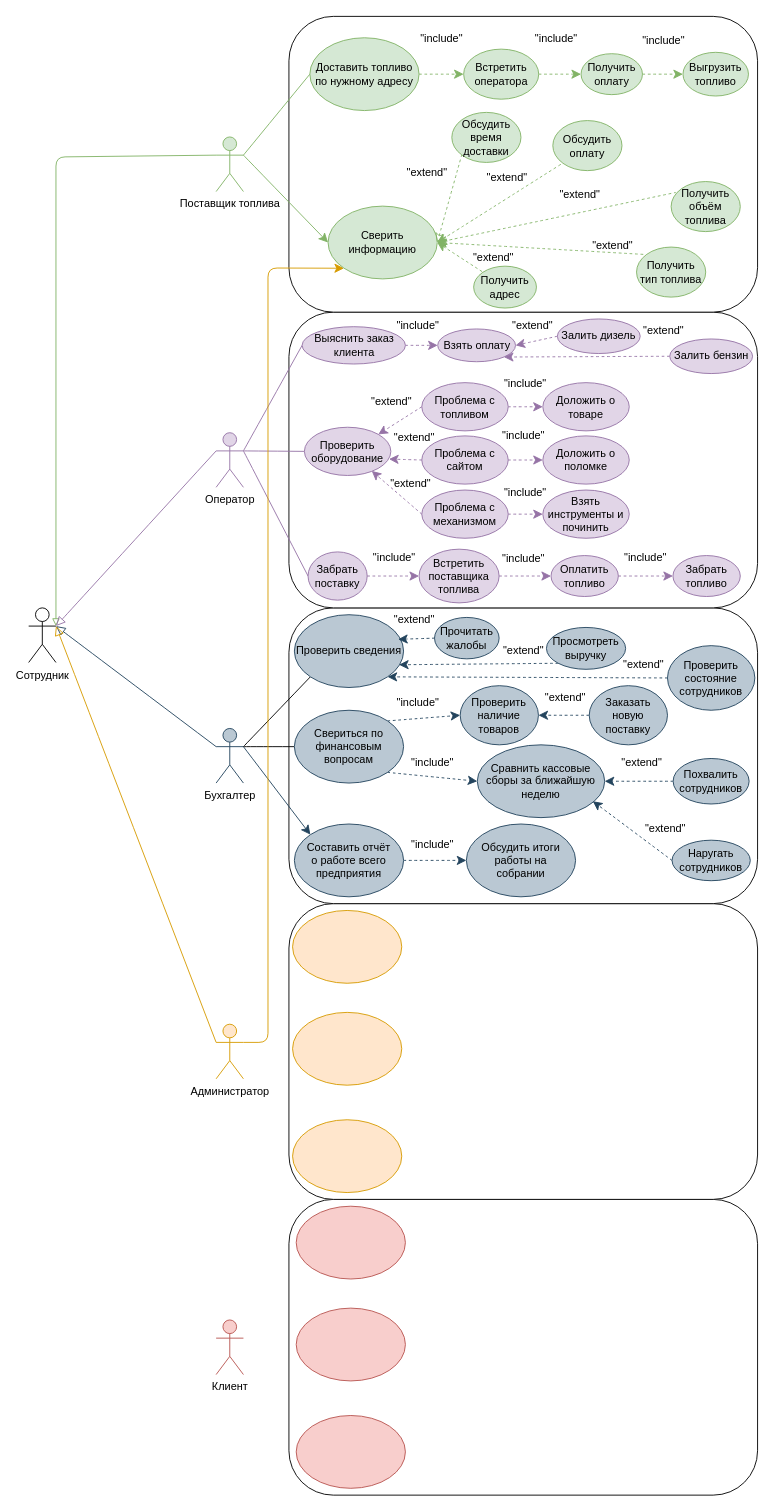
Earlier version of the draw.io diagram Souls1.drawio (Helpmepleaseitishard/Aikms). Source tidied: cells renumbered, new cells numbered last; positions are measured from the earlier drawing's top-left corner, leaving out a move shared by most shapes. Both pictures are drawn from the tidied source at 91%, with x=0, y=0 at pixel (28, 16).
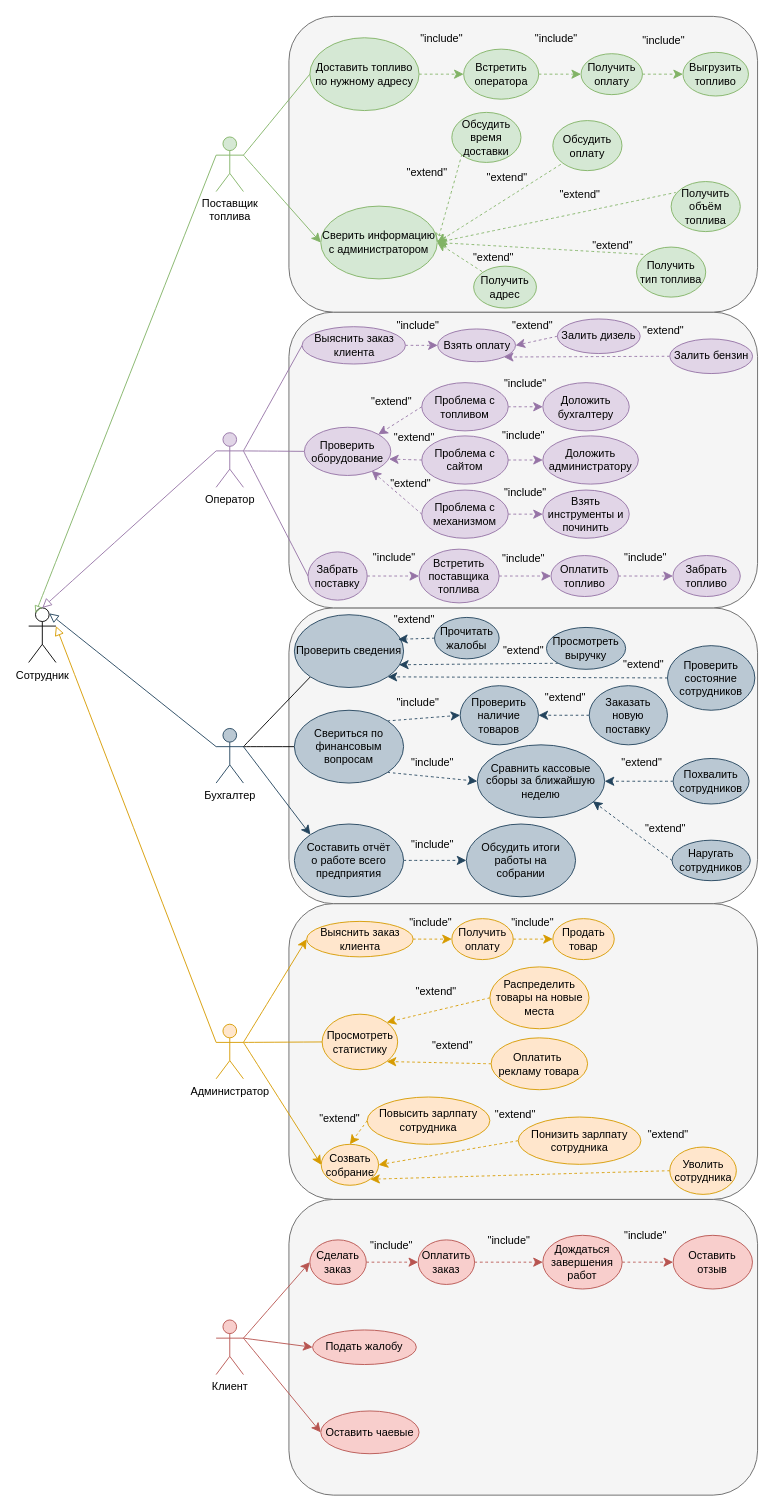
After the change.

Unchanged cells that the change refers to:
```xml
<mxCell id="8" value="Сотрудник" style="shape=umlActor;verticalLabelPosition=bottom;verticalAlign=top;html=1;outlineConnect=0;" parent="1" vertex="1">
  <mxGeometry y="649.5" width="30" height="60" as="geometry" />
</mxCell>
<mxCell id="15" value="Оператор" style="shape=umlActor;verticalLabelPosition=bottom;verticalAlign=top;html=1;outlineConnect=0;fillColor=#e1d5e7;strokeColor=#9673a6;" parent="1" vertex="1">
  <mxGeometry x="206" y="457" width="30" height="60" as="geometry" />
</mxCell>
<mxCell id="19" value="Бухгалтер" style="shape=umlActor;verticalLabelPosition=bottom;verticalAlign=top;html=1;outlineConnect=0;fillColor=#bac8d3;strokeColor=#23445d;" parent="1" vertex="1">
  <mxGeometry x="206" y="782" width="30" height="60" as="geometry" />
</mxCell>
<mxCell id="21" value="Администратор" style="shape=umlActor;verticalLabelPosition=bottom;verticalAlign=top;html=1;outlineConnect=0;fillColor=#ffe6cc;strokeColor=#d79b00;" parent="1" vertex="1">
  <mxGeometry x="206" y="1107" width="30" height="60" as="geometry" />
</mxCell>
<mxCell id="22" value="Клиент" style="shape=umlActor;verticalLabelPosition=bottom;verticalAlign=top;html=1;outlineConnect=0;fillColor=#f8cecc;strokeColor=#b85450;" parent="1" vertex="1">
  <mxGeometry x="206" y="1432" width="30" height="60" as="geometry" />
</mxCell>
```

Change to the diagram source:
```diff
@@
-    <mxCell id="2" style="rounded=1;whiteSpace=wrap;html=1;" parent="1" vertex="1">
+    <mxCell id="2" style="rounded=1;whiteSpace=wrap;html=1;fillColor=#f5f5f5;fontColor=#333333;strokeColor=#666666;" parent="1" vertex="1">
       <mxGeometry x="286" y="1299.5" width="515" height="325" as="geometry" />
     </mxCell>
-    <mxCell id="3" style="rounded=1;whiteSpace=wrap;html=1;" parent="1" vertex="1">
+    <mxCell id="3" style="rounded=1;whiteSpace=wrap;html=1;fillColor=#f5f5f5;fontColor=#333333;strokeColor=#666666;" parent="1" vertex="1">
       <mxGeometry x="286" y="974.5" width="515" height="325" as="geometry" />
     </mxCell>
-    <mxCell id="4" style="rounded=1;whiteSpace=wrap;html=1;" parent="1" vertex="1">
+    <mxCell id="4" style="rounded=1;whiteSpace=wrap;html=1;fillColor=#f5f5f5;fontColor=#333333;strokeColor=#666666;" parent="1" vertex="1">
       <mxGeometry x="286" y="649.5" width="515" height="325" as="geometry" />
     </mxCell>
-    <mxCell id="5" style="rounded=1;whiteSpace=wrap;html=1;" parent="1" vertex="1">
+    <mxCell id="5" style="rounded=1;whiteSpace=wrap;html=1;fillColor=#f5f5f5;fontColor=#333333;strokeColor=#666666;" parent="1" vertex="1">
       <mxGeometry x="286" y="324.5" width="515" height="325" as="geometry" />
     </mxCell>
-    <mxCell id="6" style="rounded=1;whiteSpace=wrap;html=1;" parent="1" vertex="1">
+    <mxCell id="6" style="rounded=1;whiteSpace=wrap;html=1;fillColor=#f5f5f5;fontColor=#333333;strokeColor=#666666;" parent="1" vertex="1">
       <mxGeometry x="286" y="-0.5" width="515" height="325" as="geometry" />
     </mxCell>
-    <mxCell id="7" style="edgeStyle=none;curved=1;rounded=0;jettySize=auto;html=1;exitX=1;exitY=0.3333333333333333;exitDx=0;exitDy=0;exitPerimeter=0;fontSize=12;startSize=8;endSize=8;endArrow=none;endFill=0;entryX=0;entryY=0.3333333333333333;entryDx=0;entryDy=0;entryPerimeter=0;startArrow=block;startFill=0;fillColor=#bac8d3;strokeColor=#23445d;" parent="1" edge="1" source="8" target="19">
+    <mxCell id="7" style="edgeStyle=none;curved=1;rounded=0;jettySize=auto;html=1;exitX=0.75;exitY=0.1;exitDx=0;exitDy=0;exitPerimeter=0;fontSize=12;startSize=8;endSize=8;endArrow=none;endFill=0;entryX=0;entryY=0.3333333333333333;entryDx=0;entryDy=0;entryPerimeter=0;startArrow=block;startFill=0;fillColor=#bac8d3;strokeColor=#23445d;" parent="1" edge="1" source="8" target="19">
       <mxGeometry relative="1" as="geometry" />
     </mxCell>
@@
-    <mxCell id="11" value="Поставщик топлива" style="shape=umlActor;verticalLabelPosition=bottom;verticalAlign=top;html=1;outlineConnect=0;fillColor=#d5e8d4;strokeColor=#82b366;" parent="1" vertex="1">
+    <mxCell id="11" value="&lt;div&gt;Поставщик&lt;/div&gt;&lt;div&gt;топлива&lt;/div&gt;" style="shape=umlActor;verticalLabelPosition=bottom;verticalAlign=top;html=1;outlineConnect=0;fillColor=#d5e8d4;strokeColor=#82b366;" parent="1" vertex="1">
       <mxGeometry x="206" y="132" width="30" height="60" as="geometry" />
     </mxCell>
@@
-    <mxCell id="20" style="edgeStyle=none;curved=0;rounded=1;jettySize=auto;html=1;exitX=1;exitY=0.3333333333333333;exitDx=0;exitDy=0;exitPerimeter=0;entryX=0;entryY=1;entryDx=0;entryDy=0;fontSize=12;startSize=8;endSize=8;fillColor=#ffe6cc;strokeColor=#d79b00;" parent="1" edge="1" source="21" target="29">
-      <mxGeometry relative="1" as="geometry">
-        <Array as="points">
-          <mxPoint x="263" y="1127" />
-          <mxPoint x="263" y="276" />
-        </Array>
-      </mxGeometry>
-    </mxCell>
+    <mxCell id="127" style="edgeStyle=none;curved=1;rounded=0;jettySize=auto;html=1;exitX=1;exitY=0.3333333333333333;exitDx=0;exitDy=0;exitPerimeter=0;entryX=0;entryY=0.5;entryDx=0;entryDy=0;fontSize=12;startSize=8;endSize=8;fillColor=#ffe6cc;strokeColor=#d79b00;" parent="1" edge="1" source="21" target="63">
+      <mxGeometry relative="1" as="geometry" />
+    </mxCell>
+    <mxCell id="128" style="edgeStyle=none;curved=1;rounded=0;jettySize=auto;html=1;exitX=1;exitY=0.3333333333333333;exitDx=0;exitDy=0;exitPerimeter=0;entryX=0;entryY=0.5;entryDx=0;entryDy=0;fontSize=12;startSize=8;endSize=8;fillColor=#ffe6cc;strokeColor=#d79b00;endArrow=none;startFill=0;" parent="1" edge="1" source="21" target="64">
+      <mxGeometry relative="1" as="geometry" />
+    </mxCell>
+    <mxCell id="129" style="edgeStyle=none;curved=1;rounded=0;jettySize=auto;html=1;exitX=1;exitY=0.3333333333333333;exitDx=0;exitDy=0;exitPerimeter=0;entryX=0;entryY=0.5;entryDx=0;entryDy=0;fontSize=12;startSize=8;endSize=8;fillColor=#ffe6cc;strokeColor=#d79b00;" parent="1" edge="1" source="21" target="65">
+      <mxGeometry relative="1" as="geometry" />
+    </mxCell>
@@
+    <mxCell id="130" style="edgeStyle=none;curved=1;rounded=0;jettySize=auto;html=1;exitX=1;exitY=0.3333333333333333;exitDx=0;exitDy=0;exitPerimeter=0;entryX=0;entryY=0.5;entryDx=0;entryDy=0;fontSize=12;startSize=8;endSize=8;endArrow=classic;endFill=1;fillColor=#f8cecc;strokeColor=#b85450;" parent="1" edge="1" source="22" target="66">
+      <mxGeometry relative="1" as="geometry" />
+    </mxCell>
+    <mxCell id="131" style="edgeStyle=none;curved=1;rounded=0;jettySize=auto;html=1;exitX=1;exitY=0.3333333333333333;exitDx=0;exitDy=0;exitPerimeter=0;entryX=0;entryY=0.5;entryDx=0;entryDy=0;fontSize=12;startSize=8;endSize=8;fillColor=#f8cecc;strokeColor=#b85450;" parent="1" edge="1" source="22" target="163">
+      <mxGeometry relative="1" as="geometry" />
+    </mxCell>
+    <mxCell id="132" style="edgeStyle=none;curved=1;rounded=0;jettySize=auto;html=1;exitX=1;exitY=0.3333333333333333;exitDx=0;exitDy=0;exitPerimeter=0;entryX=0;entryY=0.5;entryDx=0;entryDy=0;fontSize=12;startSize=8;endSize=8;fillColor=#f8cecc;strokeColor=#b85450;" parent="1" edge="1" source="22" target="68">
+      <mxGeometry relative="1" as="geometry" />
+    </mxCell>
@@
-    <mxCell id="23" style="edgeStyle=none;curved=0;rounded=1;jettySize=auto;html=1;exitX=1;exitY=0.3333333333333333;exitDx=0;exitDy=0;exitPerimeter=0;entryX=0;entryY=0.3333333333333333;entryDx=0;entryDy=0;entryPerimeter=0;fontSize=12;endArrow=none;endFill=0;startArrow=block;startFill=0;fillColor=#d5e8d4;strokeColor=#82b366;" parent="1" edge="1" source="8" target="11">
-      <mxGeometry relative="1" as="geometry">
-        <Array as="points">
-          <mxPoint x="30" y="154" />
-        </Array>
-      </mxGeometry>
+    <mxCell id="23" style="edgeStyle=none;curved=1;rounded=0;jettySize=auto;html=1;exitX=0.25;exitY=0.1;exitDx=0;exitDy=0;exitPerimeter=0;entryX=0;entryY=0.3333333333333333;entryDx=0;entryDy=0;entryPerimeter=0;fontSize=12;endArrow=none;endFill=0;startArrow=block;startFill=0;fillColor=#d5e8d4;strokeColor=#82b366;" parent="1" edge="1" source="8" target="11">
+      <mxGeometry relative="1" as="geometry" />
     </mxCell>
-    <mxCell id="24" style="edgeStyle=none;curved=1;rounded=0;jettySize=auto;html=1;exitX=1;exitY=0.3333333333333333;exitDx=0;exitDy=0;exitPerimeter=0;entryX=0;entryY=0.3333333333333333;entryDx=0;entryDy=0;entryPerimeter=0;fontSize=12;startSize=8;endSize=8;endArrow=none;endFill=0;startArrow=block;startFill=0;fillColor=#e1d5e7;strokeColor=#9673a6;" parent="1" edge="1" source="8" target="15">
+    <mxCell id="24" style="edgeStyle=none;curved=1;rounded=0;jettySize=auto;html=1;exitX=0.5;exitY=0;exitDx=0;exitDy=0;exitPerimeter=0;entryX=0;entryY=0.3333333333333333;entryDx=0;entryDy=0;entryPerimeter=0;fontSize=12;startSize=8;endSize=8;endArrow=none;endFill=0;startArrow=block;startFill=0;fillColor=#e1d5e7;strokeColor=#9673a6;" parent="1" edge="1" source="8" target="15">
       <mxGeometry relative="1" as="geometry" />
     </mxCell>
@@
-    <mxCell id="29" value="Сверить информацию" style="ellipse;whiteSpace=wrap;html=1;fillColor=#d5e8d4;strokeColor=#82b366;" parent="1" vertex="1">
-      <mxGeometry x="329" y="208" width="120" height="80" as="geometry" />
+    <mxCell id="29" value="Сверить информацию с администратором" style="ellipse;whiteSpace=wrap;html=1;fillColor=#d5e8d4;strokeColor=#82b366;" parent="1" vertex="1">
+      <mxGeometry x="321" y="208" width="128" height="80" as="geometry" />
     </mxCell>
@@
+    <mxCell id="133" style="edgeStyle=none;curved=1;rounded=0;jettySize=auto;html=1;exitX=1;exitY=0.5;exitDx=0;exitDy=0;entryX=0;entryY=0.5;entryDx=0;entryDy=0;fontSize=12;startSize=8;endSize=8;dashed=1;fillColor=#ffe6cc;strokeColor=#d79b00;" parent="1" edge="1" source="63" target="136">
+      <mxGeometry relative="1" as="geometry" />
+    </mxCell>
-    <mxCell id="63" style="ellipse;whiteSpace=wrap;html=1;fillColor=#ffe6cc;strokeColor=#d79b00;" parent="1" vertex="1">
-      <mxGeometry x="290" y="982" width="120" height="80" as="geometry" />
+    <mxCell id="63" value="Выяснить заказ клиента" style="ellipse;whiteSpace=wrap;html=1;fillColor=#ffe6cc;strokeColor=#d79b00;" parent="1" vertex="1">
+      <mxGeometry x="305.5" y="994" width="117" height="39" as="geometry" />
     </mxCell>
-    <mxCell id="64" style="ellipse;whiteSpace=wrap;html=1;fillColor=#ffe6cc;strokeColor=#d79b00;" parent="1" vertex="1">
-      <mxGeometry x="290" y="1094" width="120" height="80" as="geometry" />
+    <mxCell id="64" value="Просмотреть статистику" style="ellipse;whiteSpace=wrap;html=1;fillColor=#ffe6cc;strokeColor=#d79b00;" parent="1" vertex="1">
+      <mxGeometry x="322.5" y="1096" width="83" height="61" as="geometry" />
     </mxCell>
-    <mxCell id="65" style="ellipse;whiteSpace=wrap;html=1;fillColor=#ffe6cc;strokeColor=#d79b00;" parent="1" vertex="1">
-      <mxGeometry x="290" y="1212" width="120" height="80" as="geometry" />
+    <mxCell id="65" value="Созвать собрание" style="ellipse;whiteSpace=wrap;html=1;fillColor=#ffe6cc;strokeColor=#d79b00;" parent="1" vertex="1">
+      <mxGeometry x="321.5" y="1239" width="63" height="45" as="geometry" />
     </mxCell>
+    <mxCell id="134" style="edgeStyle=none;curved=1;rounded=0;jettySize=auto;html=1;exitX=1;exitY=0.5;exitDx=0;exitDy=0;entryX=0;entryY=0.5;entryDx=0;entryDy=0;fontSize=12;startSize=8;endSize=8;dashed=1;fillColor=#f8cecc;strokeColor=#b85450;" parent="1" edge="1" source="66" target="159">
+      <mxGeometry relative="1" as="geometry" />
+    </mxCell>
-    <mxCell id="66" style="ellipse;whiteSpace=wrap;html=1;fillColor=#f8cecc;strokeColor=#b85450;" parent="1" vertex="1">
-      <mxGeometry x="294" y="1307" width="120" height="80" as="geometry" />
+    <mxCell id="66" value="Сделать заказ" style="ellipse;whiteSpace=wrap;html=1;fillColor=#f8cecc;strokeColor=#b85450;" parent="1" vertex="1">
+      <mxGeometry x="309" y="1344" width="62" height="49" as="geometry" />
     </mxCell>
-    <mxCell id="67" style="ellipse;whiteSpace=wrap;html=1;fillColor=#f8cecc;strokeColor=#b85450;" parent="1" vertex="1">
-      <mxGeometry x="294" y="1419" width="120" height="80" as="geometry" />
-    </mxCell>
-    <mxCell id="68" style="ellipse;whiteSpace=wrap;html=1;fillColor=#f8cecc;strokeColor=#b85450;" parent="1" vertex="1">
-      <mxGeometry x="294" y="1537" width="120" height="80" as="geometry" />
+    <mxCell id="68" value="Оставить чаевые" style="ellipse;whiteSpace=wrap;html=1;fillColor=#f8cecc;strokeColor=#b85450;" parent="1" vertex="1">
+      <mxGeometry x="321" y="1532" width="108" height="47" as="geometry" />
     </mxCell>
@@
-    <mxCell id="111" value="Доложить о поломке" style="ellipse;whiteSpace=wrap;html=1;fillColor=#e1d5e7;strokeColor=#9673a6;" parent="1" vertex="1">
-      <mxGeometry x="565" y="460.5" width="95" height="53" as="geometry" />
+    <mxCell id="111" value="Доложить администратору" style="ellipse;whiteSpace=wrap;html=1;fillColor=#e1d5e7;strokeColor=#9673a6;" parent="1" vertex="1">
+      <mxGeometry x="565" y="460.5" width="105" height="53" as="geometry" />
     </mxCell>
-    <mxCell id="112" value="Доложить о товаре" style="ellipse;whiteSpace=wrap;html=1;fillColor=#e1d5e7;strokeColor=#9673a6;" parent="1" vertex="1">
+    <mxCell id="112" value="Доложить бухгалтеру" style="ellipse;whiteSpace=wrap;html=1;fillColor=#e1d5e7;strokeColor=#9673a6;" parent="1" vertex="1">
       <mxGeometry x="565" y="402" width="95" height="53" as="geometry" />
     </mxCell>
@@
+    <mxCell id="135" style="edgeStyle=none;curved=1;rounded=0;jettySize=auto;html=1;exitX=1;exitY=0.5;exitDx=0;exitDy=0;entryX=0;entryY=0.5;entryDx=0;entryDy=0;fontSize=12;startSize=8;endSize=8;fillColor=#ffe6cc;strokeColor=#d79b00;dashed=1;" parent="1" edge="1" source="136" target="137">
+      <mxGeometry relative="1" as="geometry" />
+    </mxCell>
+    <mxCell id="136" value="Получить оплату" style="ellipse;whiteSpace=wrap;html=1;fillColor=#ffe6cc;strokeColor=#d79b00;" parent="1" vertex="1">
+      <mxGeometry x="465" y="991" width="67.5" height="45" as="geometry" />
+    </mxCell>
+    <mxCell id="137" value="Продать товар" style="ellipse;whiteSpace=wrap;html=1;fillColor=#ffe6cc;strokeColor=#d79b00;" parent="1" vertex="1">
+      <mxGeometry x="576" y="991" width="67.5" height="45" as="geometry" />
+    </mxCell>
+    <mxCell id="138" style="edgeStyle=none;curved=1;rounded=0;jettySize=auto;html=1;exitX=0;exitY=0.5;exitDx=0;exitDy=0;entryX=1;entryY=0;entryDx=0;entryDy=0;fontSize=12;startSize=8;endSize=8;dashed=1;fillColor=#ffe6cc;strokeColor=#d79b00;" parent="1" edge="1" source="139" target="64">
+      <mxGeometry relative="1" as="geometry" />
+    </mxCell>
+    <mxCell id="139" value="&lt;div&gt;Распределить товары на новые места&lt;/div&gt;" style="ellipse;whiteSpace=wrap;html=1;fillColor=#ffe6cc;strokeColor=#d79b00;" parent="1" vertex="1">
+      <mxGeometry x="506.8" y="1044" width="109" height="68" as="geometry" />
+    </mxCell>
+    <mxCell id="140" style="edgeStyle=none;curved=1;rounded=0;jettySize=auto;html=1;exitX=0;exitY=0.5;exitDx=0;exitDy=0;entryX=1;entryY=1;entryDx=0;entryDy=0;fontSize=12;startSize=8;endSize=8;dashed=1;fillColor=#ffe6cc;strokeColor=#d79b00;" parent="1" edge="1" source="141" target="64">
+      <mxGeometry relative="1" as="geometry" />
+    </mxCell>
+    <mxCell id="141" value="&lt;div&gt;Оплатить&amp;nbsp; рекламу товара&lt;/div&gt;" style="ellipse;whiteSpace=wrap;html=1;fillColor=#ffe6cc;strokeColor=#d79b00;" parent="1" vertex="1">
+      <mxGeometry x="508.2" y="1122" width="106" height="57" as="geometry" />
+    </mxCell>
+    <mxCell id="142" style="edgeStyle=none;curved=1;rounded=0;jettySize=auto;html=1;exitX=0;exitY=0.5;exitDx=0;exitDy=0;entryX=1;entryY=0.5;entryDx=0;entryDy=0;fontSize=12;startSize=8;endSize=8;dashed=1;fillColor=#ffe6cc;strokeColor=#d79b00;" parent="1" edge="1" source="143" target="65">
+      <mxGeometry relative="1" as="geometry" />
+    </mxCell>
+    <mxCell id="143" value="Понизить зарлпату сотрудника" style="ellipse;whiteSpace=wrap;html=1;fillColor=#ffe6cc;strokeColor=#d79b00;" parent="1" vertex="1">
+      <mxGeometry x="538" y="1209" width="134.8" height="52" as="geometry" />
+    </mxCell>
+    <mxCell id="144" style="edgeStyle=none;curved=1;rounded=0;jettySize=auto;html=1;exitX=0;exitY=0.5;exitDx=0;exitDy=0;entryX=0.5;entryY=0;entryDx=0;entryDy=0;fontSize=12;startSize=8;endSize=8;dashed=1;fillColor=#ffe6cc;strokeColor=#d79b00;" parent="1" edge="1" source="145" target="65">
+      <mxGeometry relative="1" as="geometry" />
+    </mxCell>
+    <mxCell id="145" value="Повысить зарлпату сотрудника" style="ellipse;whiteSpace=wrap;html=1;fillColor=#ffe6cc;strokeColor=#d79b00;" parent="1" vertex="1">
+      <mxGeometry x="372" y="1187" width="134.8" height="52" as="geometry" />
+    </mxCell>
+    <mxCell id="146" style="edgeStyle=none;curved=1;rounded=0;jettySize=auto;html=1;exitX=0;exitY=0.5;exitDx=0;exitDy=0;entryX=1;entryY=1;entryDx=0;entryDy=0;fontSize=12;startSize=8;endSize=8;dashed=1;fillColor=#ffe6cc;strokeColor=#d79b00;" parent="1" edge="1" source="147" target="65">
+      <mxGeometry relative="1" as="geometry" />
+    </mxCell>
+    <mxCell id="147" value="Уволить сотрудника" style="ellipse;whiteSpace=wrap;html=1;fillColor=#ffe6cc;strokeColor=#d79b00;" parent="1" vertex="1">
+      <mxGeometry x="704.5" y="1242" width="73.2" height="52" as="geometry" />
+    </mxCell>
+    <mxCell id="148" value="&quot;extend&quot;" style="text;html=1;align=center;verticalAlign=middle;whiteSpace=wrap;rounded=0;" parent="1" vertex="1">
+      <mxGeometry x="418" y="1056" width="60" height="30" as="geometry" />
+    </mxCell>
+    <mxCell id="149" value="&quot;extend&quot;" style="text;html=1;align=center;verticalAlign=middle;whiteSpace=wrap;rounded=0;" parent="1" vertex="1">
+      <mxGeometry x="436" y="1116" width="60" height="30" as="geometry" />
+    </mxCell>
+    <mxCell id="150" value="&quot;extend&quot;" style="text;html=1;align=center;verticalAlign=middle;whiteSpace=wrap;rounded=0;" parent="1" vertex="1">
+      <mxGeometry x="312" y="1196" width="60" height="30" as="geometry" />
+    </mxCell>
+    <mxCell id="151" value="&quot;extend&quot;" style="text;html=1;align=center;verticalAlign=middle;whiteSpace=wrap;rounded=0;" parent="1" vertex="1">
+      <mxGeometry x="505" y="1192" width="60" height="30" as="geometry" />
+    </mxCell>
+    <mxCell id="152" value="&quot;extend&quot;" style="text;html=1;align=center;verticalAlign=middle;whiteSpace=wrap;rounded=0;" parent="1" vertex="1">
+      <mxGeometry x="672.8" y="1214" width="60" height="30" as="geometry" />
+    </mxCell>
+    <mxCell id="153" value="&quot;include&quot;" style="text;html=1;align=center;verticalAlign=middle;whiteSpace=wrap;rounded=0;" parent="1" vertex="1">
+      <mxGeometry x="412" y="981" width="60" height="30" as="geometry" />
+    </mxCell>
+    <mxCell id="154" value="&quot;include&quot;" style="text;html=1;align=center;verticalAlign=middle;whiteSpace=wrap;rounded=0;" parent="1" vertex="1">
+      <mxGeometry x="524" y="981" width="60" height="30" as="geometry" />
+    </mxCell>
+    <mxCell id="155" style="edgeStyle=none;curved=1;rounded=0;jettySize=auto;html=1;exitX=1;exitY=0.5;exitDx=0;exitDy=0;entryX=0;entryY=0.5;entryDx=0;entryDy=0;fontSize=12;startSize=8;endSize=8;dashed=1;fillColor=#f8cecc;strokeColor=#b85450;" parent="1" edge="1" source="156" target="157">
+      <mxGeometry relative="1" as="geometry" />
+    </mxCell>
+    <mxCell id="156" value="Дождаться завершения работ" style="ellipse;whiteSpace=wrap;html=1;fillColor=#f8cecc;strokeColor=#b85450;" parent="1" vertex="1">
+      <mxGeometry x="565" y="1339" width="87.2" height="59" as="geometry" />
+    </mxCell>
+    <mxCell id="157" value="Оставить отзыв" style="ellipse;whiteSpace=wrap;html=1;fillColor=#f8cecc;strokeColor=#b85450;" parent="1" vertex="1">
+      <mxGeometry x="708.2" y="1339" width="87.2" height="59" as="geometry" />
+    </mxCell>
+    <mxCell id="158" style="edgeStyle=none;curved=1;rounded=0;jettySize=auto;html=1;exitX=1;exitY=0.5;exitDx=0;exitDy=0;entryX=0;entryY=0.5;entryDx=0;entryDy=0;fontSize=12;startSize=8;endSize=8;dashed=1;fillColor=#f8cecc;strokeColor=#b85450;" parent="1" edge="1" source="159" target="156">
+      <mxGeometry relative="1" as="geometry" />
+    </mxCell>
+    <mxCell id="159" value="Оплатить заказ" style="ellipse;whiteSpace=wrap;html=1;fillColor=#f8cecc;strokeColor=#b85450;" parent="1" vertex="1">
+      <mxGeometry x="428" y="1344" width="62" height="49" as="geometry" />
+    </mxCell>
+    <mxCell id="160" value="&quot;include&quot;" style="text;html=1;align=center;verticalAlign=middle;whiteSpace=wrap;rounded=0;" parent="1" vertex="1">
+      <mxGeometry x="369" y="1335" width="60" height="30" as="geometry" />
+    </mxCell>
+    <mxCell id="161" value="&quot;include&quot;" style="text;html=1;align=center;verticalAlign=middle;whiteSpace=wrap;rounded=0;" parent="1" vertex="1">
+      <mxGeometry x="498" y="1330" width="60" height="30" as="geometry" />
+    </mxCell>
+    <mxCell id="162" value="&quot;include&quot;" style="text;html=1;align=center;verticalAlign=middle;whiteSpace=wrap;rounded=0;" parent="1" vertex="1">
+      <mxGeometry x="648" y="1325" width="60" height="30" as="geometry" />
+    </mxCell>
+    <mxCell id="163" value="Подать жалобу" style="ellipse;whiteSpace=wrap;html=1;fillColor=#f8cecc;strokeColor=#b85450;" parent="1" vertex="1">
+      <mxGeometry x="312" y="1443" width="114" height="38" as="geometry" />
+    </mxCell>
```
